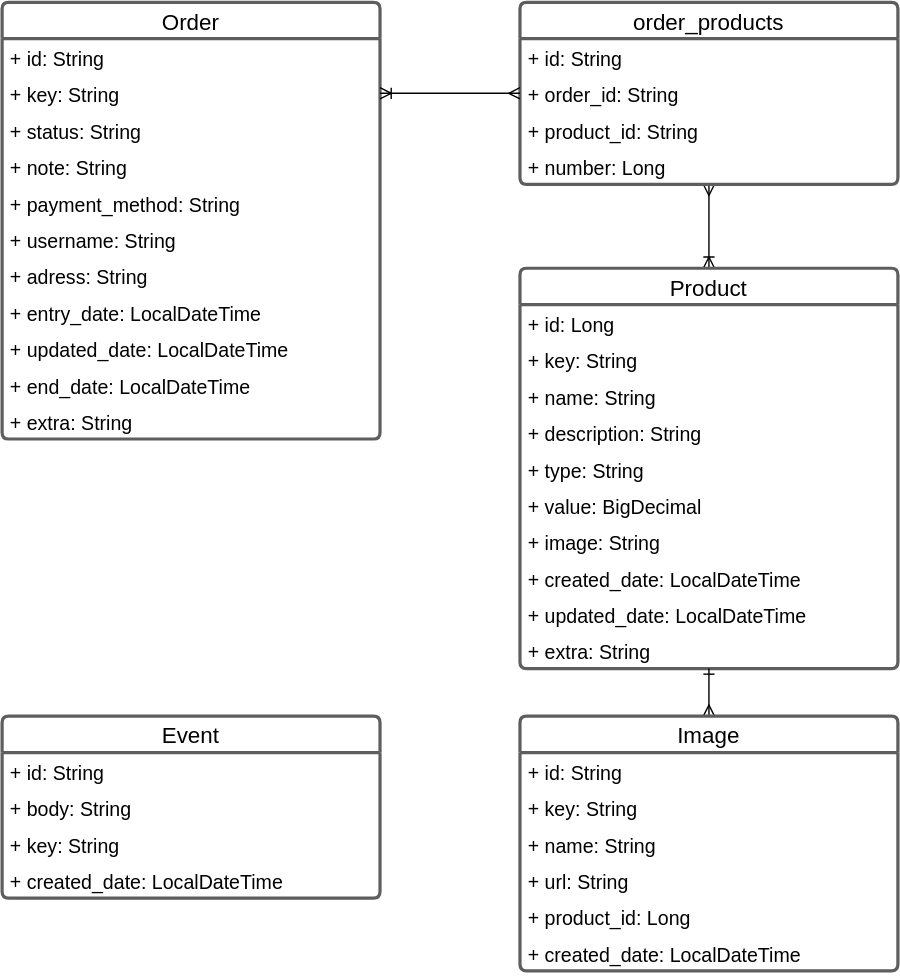
Earlier version of the draw.io export .github/schema.svg (thalesmacena/delivery-service). Source tidied: cells renumbered, new cells last; positions are measured from the earlier drawing's top-left corner, leaving out a move shared by most shapes.
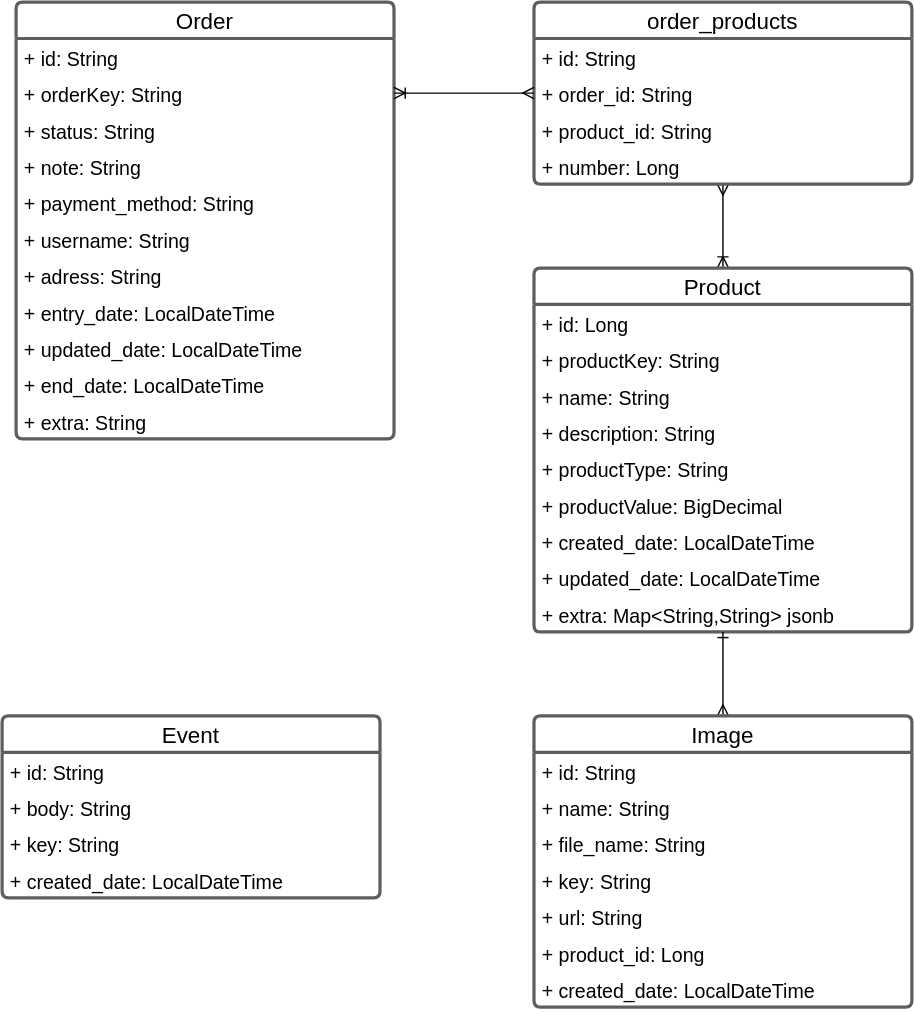
Later version of the same file.

Commit message:
Fix - Change on diagram and volume

Change to the diagram source:
```diff
@@ -8,7 +8,7 @@
     <mxCell id="3" value="+ id: String" style="text;strokeColor=none;fillColor=none;align=left;verticalAlign=top;spacingLeft=4;spacingRight=4;overflow=hidden;fontSize=14;" parent="2" vertex="1">
       <mxGeometry y="26" width="270" height="26" as="geometry" />
     </mxCell>
-    <mxCell id="4" value="+ key: String" style="text;strokeColor=none;fillColor=none;align=left;verticalAlign=top;spacingLeft=4;spacingRight=4;overflow=hidden;points=[[0,0.5],[1,0.5]];portConstraint=eastwest;rounded=0;fontSize=14;" parent="2" vertex="1">
+    <mxCell id="4" value="+ orderKey: String" style="text;strokeColor=none;fillColor=none;align=left;verticalAlign=top;spacingLeft=4;spacingRight=4;overflow=hidden;points=[[0,0.5],[1,0.5]];portConstraint=eastwest;rounded=0;fontSize=14;" parent="2" vertex="1">
       <mxGeometry y="52" width="270" height="26" as="geometry" />
     </mxCell>
     <mxCell id="5" value="+ status: String" style="text;strokeColor=none;fillColor=none;align=left;verticalAlign=top;spacingLeft=4;spacingRight=4;overflow=hidden;fontSize=14;" parent="2" vertex="1">
@@ -60,12 +60,12 @@
       <mxGeometry relative="1" as="geometry" />
     </mxCell>
     <mxCell id="21" value="Product" style="swimlane;fontStyle=0;horizontal=1;startSize=26;fillColor=default;swimlaneFillColor=#FFFFFF;strokeWidth=2.3;strokeColor=#5e5e5e;rounded=1;arcSize=6;fontSize=16;" parent="1" vertex="1">
-      <mxGeometry x="370" y="190" width="270" height="286" as="geometry" />
+      <mxGeometry x="370" y="190" width="270" height="260" as="geometry" />
     </mxCell>
     <mxCell id="22" value="+ id: Long" style="text;strokeColor=none;fillColor=none;align=left;verticalAlign=top;spacingLeft=4;spacingRight=4;overflow=hidden;fontSize=14;" parent="21" vertex="1">
       <mxGeometry y="26" width="270" height="26" as="geometry" />
     </mxCell>
-    <mxCell id="23" value="+ key: String" style="text;strokeColor=none;fillColor=none;align=left;verticalAlign=top;spacingLeft=4;spacingRight=4;overflow=hidden;fontSize=14;" parent="21" vertex="1">
+    <mxCell id="23" value="+ productKey: String" style="text;strokeColor=none;fillColor=none;align=left;verticalAlign=top;spacingLeft=4;spacingRight=4;overflow=hidden;fontSize=14;" parent="21" vertex="1">
       <mxGeometry y="52" width="270" height="26" as="geometry" />
     </mxCell>
     <mxCell id="24" value="+ name: String" style="text;strokeColor=none;fillColor=none;align=left;verticalAlign=top;spacingLeft=4;spacingRight=4;overflow=hidden;fontSize=14;" parent="21" vertex="1">
@@ -74,50 +74,50 @@
     <mxCell id="25" value="+ description: String" style="text;strokeColor=none;fillColor=none;align=left;verticalAlign=top;spacingLeft=4;spacingRight=4;overflow=hidden;rounded=0;fontSize=14;" parent="21" vertex="1">
       <mxGeometry y="104" width="270" height="26" as="geometry" />
     </mxCell>
-    <mxCell id="26" value="+ type: String" style="text;strokeColor=none;fillColor=none;align=left;verticalAlign=top;spacingLeft=4;spacingRight=4;overflow=hidden;fontSize=14;" parent="21" vertex="1">
+    <mxCell id="26" value="+ productType: String" style="text;strokeColor=none;fillColor=none;align=left;verticalAlign=top;spacingLeft=4;spacingRight=4;overflow=hidden;fontSize=14;" parent="21" vertex="1">
       <mxGeometry y="130" width="270" height="26" as="geometry" />
     </mxCell>
-    <mxCell id="27" value="+ value: BigDecimal" style="text;strokeColor=none;fillColor=none;align=left;verticalAlign=top;spacingLeft=4;spacingRight=4;overflow=hidden;rounded=0;fontSize=14;" parent="21" vertex="1">
+    <mxCell id="27" value="+ productValue: BigDecimal" style="text;strokeColor=none;fillColor=none;align=left;verticalAlign=top;spacingLeft=4;spacingRight=4;overflow=hidden;rounded=0;fontSize=14;" parent="21" vertex="1">
       <mxGeometry y="156" width="270" height="26" as="geometry" />
     </mxCell>
-    <mxCell id="28" value="+ image: String" style="text;strokeColor=none;fillColor=none;align=left;verticalAlign=top;spacingLeft=4;spacingRight=4;overflow=hidden;fontSize=14;" parent="21" vertex="1">
-      <mxGeometry y="182" width="270" height="26" as="geometry" />
-    </mxCell>
     <mxCell id="29" value="+ created_date: LocalDateTime" style="text;strokeColor=none;fillColor=none;align=left;verticalAlign=top;spacingLeft=4;spacingRight=4;overflow=hidden;fontSize=14;" parent="21" vertex="1">
-      <mxGeometry y="208" width="270" height="26" as="geometry" />
+      <mxGeometry y="182" width="270" height="26" as="geometry" />
     </mxCell>
     <mxCell id="30" value="+ updated_date: LocalDateTime" style="text;strokeColor=none;fillColor=none;align=left;verticalAlign=top;spacingLeft=4;spacingRight=4;overflow=hidden;fontSize=14;" parent="21" vertex="1">
-      <mxGeometry y="234" width="270" height="26" as="geometry" />
+      <mxGeometry y="208" width="270" height="26" as="geometry" />
     </mxCell>
-    <mxCell id="31" value="+ extra: String" style="text;strokeColor=none;fillColor=none;align=left;verticalAlign=top;spacingLeft=4;spacingRight=4;overflow=hidden;fontSize=14;" parent="21" vertex="1">
-      <mxGeometry y="260" width="270" height="26" as="geometry" />
+    <mxCell id="31" value="+ extra: Map&lt;String,String&gt; jsonb" style="text;strokeColor=none;fillColor=none;align=left;verticalAlign=top;spacingLeft=4;spacingRight=4;overflow=hidden;fontSize=14;" parent="21" vertex="1">
+      <mxGeometry y="234" width="270" height="26" as="geometry" />
     </mxCell>
     <mxCell id="32" style="edgeStyle=orthogonalEdgeStyle;rounded=0;jettySize=auto;html=1;entryX=0.5;entryY=0;entryDx=0;entryDy=0;fontSize=14;startArrow=ERone;startFill=0;endArrow=ERmany;endFill=0;" parent="1" edge="1" source="21" target="33">
       <mxGeometry relative="1" as="geometry" />
     </mxCell>
     <mxCell id="33" value="Image" style="swimlane;fontStyle=0;horizontal=1;startSize=26;fillColor=default;swimlaneFillColor=#FFFFFF;strokeWidth=2.3;strokeColor=#5e5e5e;rounded=1;arcSize=6;fontSize=16;" parent="1" vertex="1">
-      <mxGeometry x="370" y="510" width="270" height="182" as="geometry" />
+      <mxGeometry x="370" y="510" width="270" height="208" as="geometry" />
     </mxCell>
     <mxCell id="34" value="+ id: String" style="text;strokeColor=none;fillColor=none;align=left;verticalAlign=top;spacingLeft=4;spacingRight=4;overflow=hidden;fontSize=14;" parent="33" vertex="1">
       <mxGeometry y="26" width="270" height="26" as="geometry" />
     </mxCell>
+    <mxCell id="36" value="+ name: String" style="text;strokeColor=none;fillColor=none;align=left;verticalAlign=top;spacingLeft=4;spacingRight=4;overflow=hidden;rounded=0;fontSize=14;" parent="33" vertex="1">
+      <mxGeometry y="52" width="270" height="26" as="geometry" />
+    </mxCell>
+    <mxCell id="45" value="+ file_name: String" style="text;strokeColor=none;fillColor=none;align=left;verticalAlign=top;spacingLeft=4;spacingRight=4;overflow=hidden;rounded=0;fontSize=14;" parent="33" vertex="1">
+      <mxGeometry y="78" width="270" height="26" as="geometry" />
+    </mxCell>
-    <mxCell id="35" value="+ key: String" style="text;strokeColor=none;fillColor=none;align=left;verticalAlign=top;spacingLeft=4;spacingRight=4;overflow=hidden;fontSize=14;" parent="33" vertex="1">
-      <mxGeometry y="52" width="270" height="26" as="geometry" />
+    <mxCell id="35" value="+ key: String" style="text;strokeColor=none;fillColor=none;align=left;verticalAlign=top;spacingLeft=4;spacingRight=4;overflow=hidden;rounded=0;fontSize=14;" parent="33" vertex="1">
+      <mxGeometry y="104" width="270" height="26" as="geometry" />
     </mxCell>
-    <mxCell id="36" value="+ name: String" style="text;strokeColor=none;fillColor=none;align=left;verticalAlign=top;spacingLeft=4;spacingRight=4;overflow=hidden;rounded=0;fontSize=14;" parent="33" vertex="1">
-      <mxGeometry y="78" width="270" height="26" as="geometry" />
-    </mxCell>
     <mxCell id="37" value="+ url: String" style="text;strokeColor=none;fillColor=none;align=left;verticalAlign=top;spacingLeft=4;spacingRight=4;overflow=hidden;fontSize=14;" parent="33" vertex="1">
-      <mxGeometry y="104" width="270" height="26" as="geometry" />
+      <mxGeometry y="130" width="270" height="26" as="geometry" />
     </mxCell>
     <mxCell id="38" value="+ product_id: Long" style="text;strokeColor=none;fillColor=none;align=left;verticalAlign=top;spacingLeft=4;spacingRight=4;overflow=hidden;fontSize=14;" parent="33" vertex="1">
-      <mxGeometry y="130" width="270" height="26" as="geometry" />
+      <mxGeometry y="156" width="270" height="26" as="geometry" />
     </mxCell>
     <mxCell id="39" value="+ created_date: LocalDateTime" style="text;strokeColor=none;fillColor=none;align=left;verticalAlign=top;spacingLeft=4;spacingRight=4;overflow=hidden;fontSize=14;" parent="33" vertex="1">
-      <mxGeometry y="156" width="270" height="26" as="geometry" />
+      <mxGeometry y="182" width="270" height="26" as="geometry" />
     </mxCell>
     <mxCell id="40" value="Event" style="swimlane;fontStyle=0;horizontal=1;startSize=26;fillColor=default;swimlaneFillColor=#FFFFFF;strokeWidth=2.3;strokeColor=#5e5e5e;rounded=1;arcSize=6;fontSize=16;" parent="1" vertex="1">
-      <mxGeometry y="510" width="270" height="130" as="geometry" />
+      <mxGeometry x="-10" y="510" width="270" height="130" as="geometry" />
     </mxCell>
     <mxCell id="41" value="+ id: String" style="text;strokeColor=none;fillColor=none;align=left;verticalAlign=top;spacingLeft=4;spacingRight=4;overflow=hidden;fontSize=14;" parent="40" vertex="1">
       <mxGeometry y="26" width="270" height="26" as="geometry" />
```
